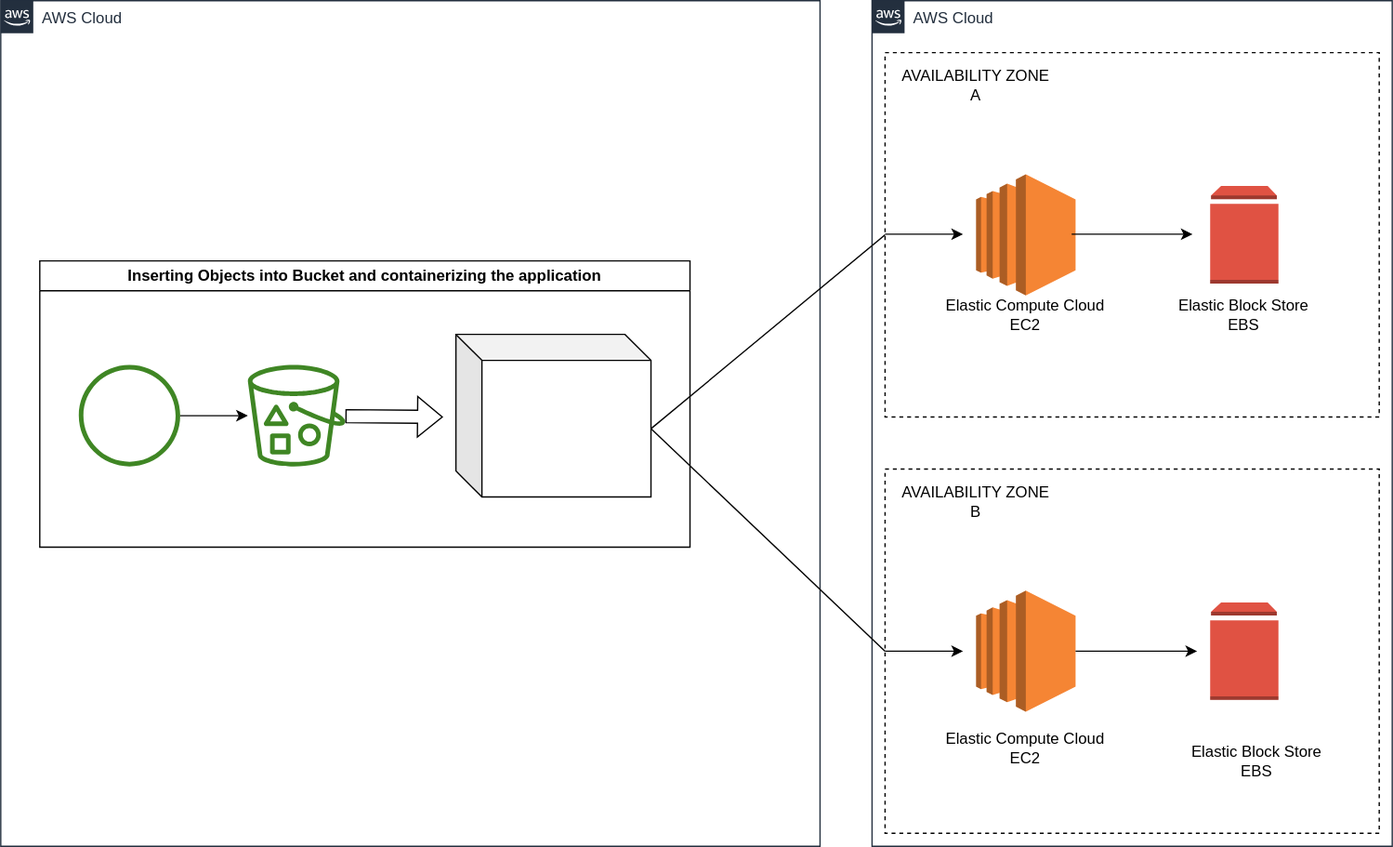
Before: EC2&EBS.drawio.svg, a diagram exported from draw.io (TejasPBhagat/Cloud_Solutions). Source tidied: cells renumbered, new cells last; positions are measured from the earlier drawing's top-left corner, leaving out a move shared by most shapes. Its diagram source:
```xml
<mxGraphModel>
  <root>
    <mxCell id="0" />
    <mxCell id="1" parent="0" />
    <mxCell id="2" value="AWS Cloud" style="gradientColor=none;html=1;whiteSpace=wrap;fontSize=12;fontStyle=0;shape=mxgraph.aws4.group;grIcon=mxgraph.aws4.group_aws_cloud_alt;strokeColor=#232F3E;fillColor=none;verticalAlign=top;align=left;spacingLeft=30;fontColor=#232F3E;dashed=0;labelBackgroundColor=#ffffff;" parent="1" vertex="1">
      <mxGeometry width="630" height="650" as="geometry" />
    </mxCell>
    <mxCell id="3" style="sketch=0;outlineConnect=0;fontColor=#232F3E;gradientColor=none;fillColor=#3F8624;strokeColor=none;dashed=0;verticalLabelPosition=bottom;verticalAlign=top;align=center;html=1;fontSize=12;fontStyle=0;shape=mxgraph.aws4.object;" parent="2" vertex="1">
      <mxGeometry x="60" y="280" width="78" height="78" as="geometry" />
    </mxCell>
    <mxCell id="4" style="sketch=0;outlineConnect=0;fontColor=#232F3E;gradientColor=none;fillColor=#3F8624;strokeColor=none;dashed=0;verticalLabelPosition=bottom;verticalAlign=top;align=center;html=1;fontSize=12;fontStyle=0;shape=mxgraph.aws4.bucket_with_objects;" parent="2" vertex="1">
      <mxGeometry x="190" y="280" width="75" height="78" as="geometry" />
    </mxCell>
    <mxCell id="5" style="endArrow=classic;html=1;rounded=0;" parent="2" edge="1" source="3" target="4">
      <mxGeometry relative="1" as="geometry" />
    </mxCell>
    <mxCell id="6" style="shape=cube;whiteSpace=wrap;html=1;boundedLbl=1;backgroundOutline=1;darkOpacity=0.05;darkOpacity2=0.1;" parent="2" vertex="1">
      <mxGeometry x="350" y="256.5" width="150" height="125" as="geometry" />
    </mxCell>
    <mxCell id="7" value="Inserting Objects into Bucket and containerizing the application" style="swimlane;whiteSpace=wrap;html=1;startSize=23;" parent="2" vertex="1">
      <mxGeometry x="30" y="200" width="500" height="220" as="geometry" />
    </mxCell>
    <mxCell id="8" value="AWS Cloud" style="gradientColor=none;html=1;whiteSpace=wrap;fontSize=12;fontStyle=0;shape=mxgraph.aws4.group;grIcon=mxgraph.aws4.group_aws_cloud_alt;strokeColor=#232F3E;fillColor=none;verticalAlign=top;align=left;spacingLeft=30;fontColor=#232F3E;dashed=0;labelBackgroundColor=#ffffff;" parent="1" vertex="1">
      <mxGeometry x="670" width="400" height="650" as="geometry" />
    </mxCell>
    <mxCell id="9" style="rounded=0;whiteSpace=wrap;html=1;labelBackgroundColor=none;fillColor=none;dashed=1;" parent="8" vertex="1">
      <mxGeometry x="10" y="360" width="380" height="280" as="geometry" />
    </mxCell>
    <mxCell id="10" style="outlineConnect=0;dashed=0;verticalLabelPosition=bottom;verticalAlign=top;align=center;html=1;shape=mxgraph.aws3.ec2;fillColor=#F58534;gradientColor=none;" parent="9" vertex="1">
      <mxGeometry x="70" y="93.5" width="76.5" height="93" as="geometry" />
    </mxCell>
    <mxCell id="11" style="dashed=0;verticalLabelPosition=bottom;verticalAlign=top;align=center;html=1;shape=mxgraph.aws3.volume;fillColor=#E05243;gradientColor=none;" parent="9" vertex="1">
      <mxGeometry x="250" y="102.5" width="52.5" height="75" as="geometry" />
    </mxCell>
    <mxCell id="12" style="endArrow=classic;html=1;rounded=0;" parent="9" edge="1" source="10">
      <mxGeometry relative="1" as="geometry">
        <mxPoint x="240" y="140" as="targetPoint" />
      </mxGeometry>
    </mxCell>
    <mxCell id="13" style="endArrow=classic;html=1;rounded=0;" parent="9" edge="1">
      <mxGeometry relative="1" as="geometry">
        <mxPoint y="140" as="sourcePoint" />
        <mxPoint x="60" y="140" as="targetPoint" />
      </mxGeometry>
    </mxCell>
    <mxCell id="14" value="&lt;div&gt;Elastic Compute Cloud&lt;/div&gt;EC2" style="text;html=1;strokeColor=none;fillColor=none;align=center;verticalAlign=middle;whiteSpace=wrap;rounded=0;" parent="9" vertex="1">
      <mxGeometry x="43.2" y="200" width="130" height="30" as="geometry" />
    </mxCell>
    <mxCell id="15" value="&lt;div&gt;Elastic Block Store&lt;br&gt;&lt;/div&gt;&lt;div&gt;EBS&lt;/div&gt;" style="text;html=1;strokeColor=none;fillColor=none;align=center;verticalAlign=middle;whiteSpace=wrap;rounded=0;" parent="9" vertex="1">
      <mxGeometry x="221.2" y="210" width="130" height="30" as="geometry" />
    </mxCell>
    <mxCell id="16" value="AVAILABILITY ZONE B" style="text;html=1;strokeColor=none;fillColor=none;align=center;verticalAlign=middle;whiteSpace=wrap;rounded=0;" parent="9" vertex="1">
      <mxGeometry x="10" y="10" width="120" height="30" as="geometry" />
    </mxCell>
    <mxCell id="17" style="rounded=0;whiteSpace=wrap;html=1;labelBackgroundColor=none;fillColor=none;dashed=1;" parent="8" vertex="1">
      <mxGeometry x="10" y="40" width="380" height="280" as="geometry" />
    </mxCell>
    <mxCell id="18" style="dashed=0;verticalLabelPosition=bottom;verticalAlign=top;align=center;html=1;shape=mxgraph.aws3.ec2;fillColor=#F58534;gradientColor=none;" parent="17" vertex="1">
      <mxGeometry x="70" y="93.5" width="76.5" height="93" as="geometry" />
    </mxCell>
    <mxCell id="19" style="dashed=0;verticalLabelPosition=bottom;verticalAlign=top;align=center;html=1;shape=mxgraph.aws3.volume;fillColor=#E05243;gradientColor=none;" parent="17" vertex="1">
      <mxGeometry x="250" y="102.5" width="52.5" height="75" as="geometry" />
    </mxCell>
    <mxCell id="20" style="endArrow=classic;html=1;rounded=0;" parent="17" edge="1">
      <mxGeometry relative="1" as="geometry">
        <mxPoint x="143.5" y="139.5" as="sourcePoint" />
        <mxPoint x="236.5" y="139.5" as="targetPoint" />
      </mxGeometry>
    </mxCell>
    <mxCell id="21" style="endArrow=classic;html=1;rounded=0;" parent="17" edge="1">
      <mxGeometry relative="1" as="geometry">
        <mxPoint y="139.5" as="sourcePoint" />
        <mxPoint x="60" y="139.5" as="targetPoint" />
      </mxGeometry>
    </mxCell>
    <mxCell id="22" value="&lt;div&gt;Elastic Compute Cloud&lt;/div&gt;EC2" style="text;html=1;strokeColor=none;fillColor=none;align=center;verticalAlign=middle;whiteSpace=wrap;rounded=0;" parent="17" vertex="1">
      <mxGeometry x="43.2" y="186.5" width="130" height="30" as="geometry" />
    </mxCell>
    <mxCell id="23" value="&lt;div&gt;Elastic Block Store&lt;br&gt;&lt;/div&gt;&lt;div&gt;EBS&lt;/div&gt;" style="text;html=1;strokeColor=none;fillColor=none;align=center;verticalAlign=middle;whiteSpace=wrap;rounded=0;" parent="17" vertex="1">
      <mxGeometry x="211.2" y="186.5" width="130" height="30" as="geometry" />
    </mxCell>
    <mxCell id="24" value="AVAILABILITY ZONE A" style="text;html=1;strokeColor=none;fillColor=none;align=center;verticalAlign=middle;whiteSpace=wrap;rounded=0;" parent="17" vertex="1">
      <mxGeometry x="10" y="10" width="120" height="30" as="geometry" />
    </mxCell>
    <mxCell id="25" style="shape=flexArrow;endArrow=classic;html=1;rounded=0;" parent="1" edge="1" source="4">
      <mxGeometry relative="1" as="geometry">
        <mxPoint x="340" y="320" as="targetPoint" />
      </mxGeometry>
    </mxCell>
    <mxCell id="26" style="endArrow=none;html=1;rounded=0;entryX=0;entryY=0.5;entryDx=0;entryDy=0;exitX=0;exitY=0;exitDx=150;exitDy=72.5;exitPerimeter=0;" parent="1" edge="1" source="6" target="17">
      <mxGeometry relative="1" as="geometry" />
    </mxCell>
    <mxCell id="27" style="endArrow=none;html=1;rounded=0;exitX=0;exitY=0;exitDx=150;exitDy=72.5;exitPerimeter=0;entryX=0;entryY=0.5;entryDx=0;entryDy=0;" parent="1" edge="1" source="6" target="9">
      <mxGeometry relative="1" as="geometry" />
    </mxCell>
  </root>
</mxGraphModel>
```
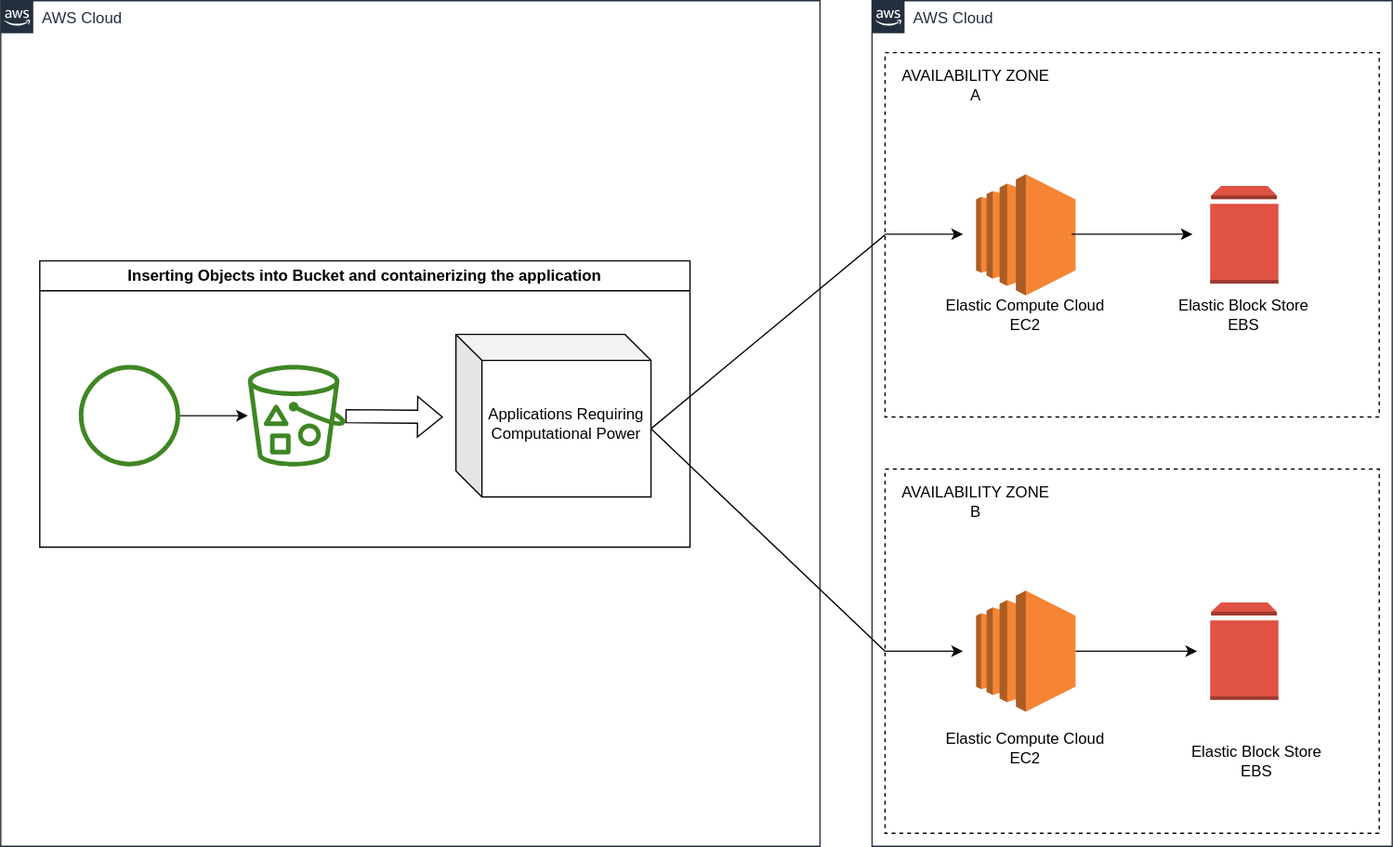
Above is the later version.

What changed in the source:
```diff
@@ -20,6 +20,9 @@
     <mxCell id="7" value="Inserting Objects into Bucket and containerizing the application" style="swimlane;whiteSpace=wrap;html=1;startSize=23;" parent="2" vertex="1">
       <mxGeometry x="30" y="200" width="500" height="220" as="geometry" />
     </mxCell>
+    <mxCell id="28" value="Applications Requiring Computational Power" style="text;html=1;strokeColor=none;fillColor=none;align=center;verticalAlign=middle;whiteSpace=wrap;rounded=0;" parent="7" vertex="1">
+      <mxGeometry x="340" y="110" width="130" height="30" as="geometry" />
+    </mxCell>
     <mxCell id="8" value="AWS Cloud" style="gradientColor=none;html=1;whiteSpace=wrap;fontSize=12;fontStyle=0;shape=mxgraph.aws4.group;grIcon=mxgraph.aws4.group_aws_cloud_alt;strokeColor=#232F3E;fillColor=none;verticalAlign=top;align=left;spacingLeft=30;fontColor=#232F3E;dashed=0;labelBackgroundColor=#ffffff;" parent="1" vertex="1">
       <mxGeometry x="670" width="400" height="650" as="geometry" />
     </mxCell>
```
